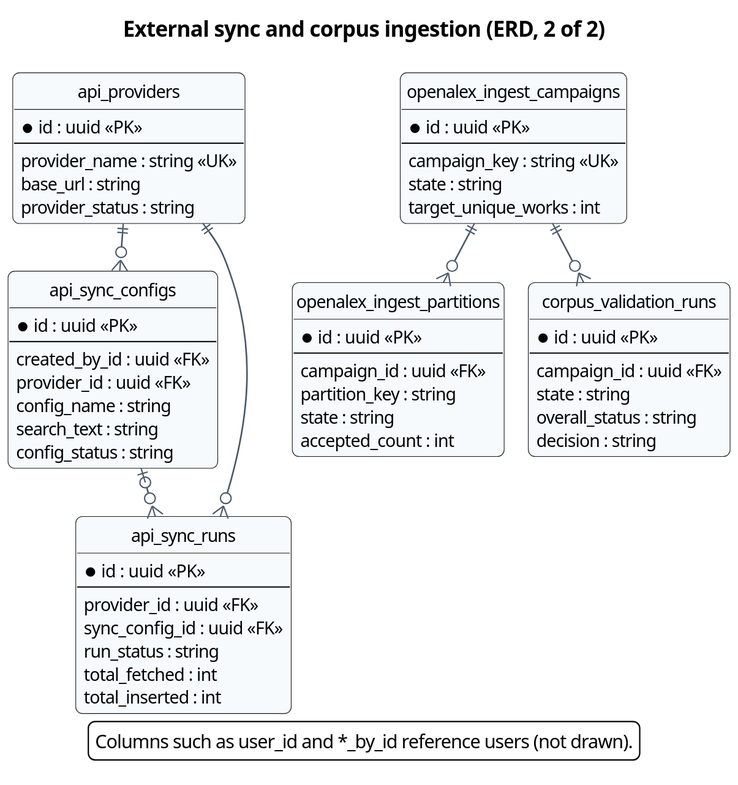
Above: docs/diagrams/report4/R4_ERD_operations_b.svg in Khoa-Hoa-Technology-Solution-Company/lumi-gap (PlantUML), before the change.
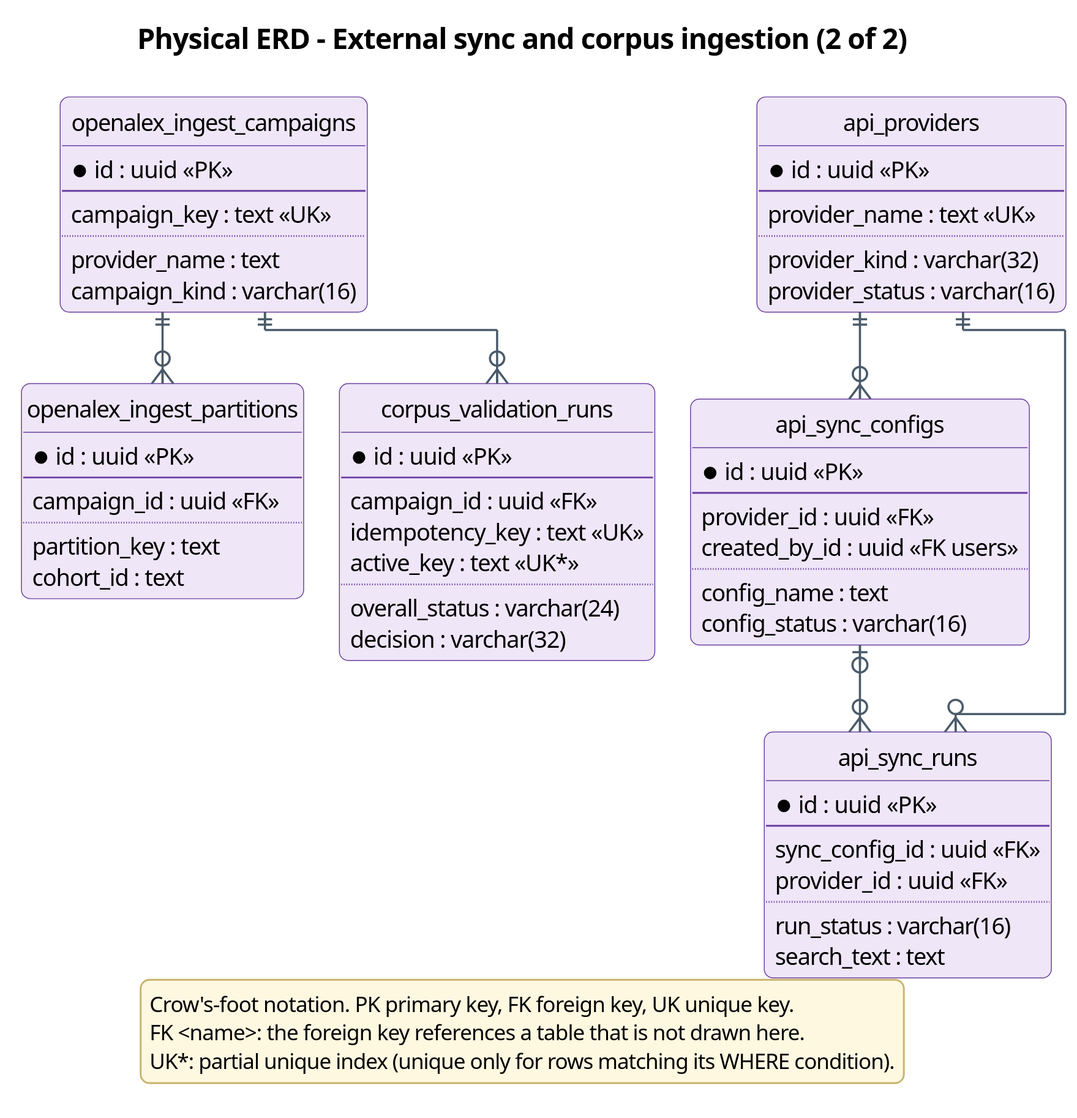
The same file after the commit.

Change to the diagram source:
```diff
@@ -1,74 +1,81 @@
 @startuml
-!pragma layout smetana
-skinparam dpi 150
+!pragma layout elk
+skinparam dpi 200
 skinparam defaultFontName "Segoe UI"
 skinparam defaultFontSize 13
 skinparam shadowing false
 skinparam roundCorner 10
+skinparam backgroundColor #FFFFFF
 skinparam ArrowColor #4A5A6A
 skinparam ArrowThickness 1.2
-skinparam BorderColor #2F6DB5
-skinparam BackgroundColor #FFFFFF
+skinparam ArrowFontSize 12
+skinparam ArrowFontColor #4A5A6A
 skinparam TitleFontSize 16
 skinparam TitleFontStyle bold
 skinparam entity {
-  BackgroundColor #F7FAFD
-  BorderColor #2F6DB5
+  BackgroundColor #EFE6F8
+  BorderColor #6A3FA0
 }
-skinparam entity<<ref>> {
-  BackgroundColor #F3E5F5
-  BorderColor #7B1FA2
+skinparam legend {
+  BackgroundColor #FFF8E1
+  BorderColor #C9B36B
+  FontSize 12
 }
-skinparam linetype ortho
+skinparam stereotypeFontSize 10
 hide circle
-title External sync and corpus ingestion (ERD, 2 of 2)
-entity api_providers #F7FAFD {
+hide empty methods
+title Physical ERD - External sync and corpus ingestion (2 of 2)
+entity api_providers #EFE6F8;line:6A3FA0 {
   * id : uuid <<PK>>
   --
-  provider_name : string <<UK>>
-  base_url : string
-  provider_status : string
+  provider_name : text <<UK>>
+  ..
+  provider_kind : varchar(32)
+  provider_status : varchar(16)
 }
-entity api_sync_configs #F7FAFD {
-  * id : uuid <<PK>>
-  --
-  created_by_id : uuid <<FK>>
-  provider_id : uuid <<FK>>
-  config_name : string
-  search_text : string
-  config_status : string
-}
-entity api_sync_runs #F7FAFD {
+entity api_sync_configs #EFE6F8;line:6A3FA0 {
   * id : uuid <<PK>>
   --
   provider_id : uuid <<FK>>
-  sync_config_id : uuid <<FK>>
-  run_status : string
-  total_fetched : int
-  total_inserted : int
+  created_by_id : uuid <<FK users>>
+  ..
+  config_name : text
+  config_status : varchar(16)
 }
-entity openalex_ingest_campaigns #F7FAFD {
+entity api_sync_runs #EFE6F8;line:6A3FA0 {
   * id : uuid <<PK>>
   --
-  campaign_key : string <<UK>>
-  state : string
-  target_unique_works : int
+  sync_config_id : uuid <<FK>>
+  provider_id : uuid <<FK>>
+  ..
+  run_status : varchar(16)
+  search_text : text
 }
-entity openalex_ingest_partitions #F7FAFD {
+entity openalex_ingest_campaigns #EFE6F8;line:6A3FA0 {
+  * id : uuid <<PK>>
+  --
+  campaign_key : text <<UK>>
+  ..
+  provider_name : text
+  campaign_kind : varchar(16)
+}
+entity openalex_ingest_partitions #EFE6F8;line:6A3FA0 {
   * id : uuid <<PK>>
   --
   campaign_id : uuid <<FK>>
-  partition_key : string
-  state : string
-  accepted_count : int
+  ..
+  partition_key : text
+  cohort_id : text
 }
-entity corpus_validation_runs #F7FAFD {
+entity corpus_validation_runs #EFE6F8;line:6A3FA0 {
   * id : uuid <<PK>>
   --
   campaign_id : uuid <<FK>>
-  state : string
-  overall_status : string
-  decision : string
+  idempotency_key : text <<UK>>
+  active_key : text <<UK*>>
+  ..
+  overall_status : varchar(24)
+  decision : varchar(32)
 }
 api_providers ||--o{ api_sync_configs
 api_providers ||--o{ api_sync_runs
@@ -76,6 +83,8 @@
 openalex_ingest_campaigns ||--o{ corpus_validation_runs
 openalex_ingest_campaigns ||--o{ openalex_ingest_partitions
 legend bottom
-Columns such as user_id and *_by_id reference users (not drawn).
+Crow's-foot notation. PK primary key, FK foreign key, UK unique key.
+FK <name>: the foreign key references a table that is not drawn here.
+UK*: partial unique index (unique only for rows matching its WHERE condition).
 endlegend
 @enduml
```
